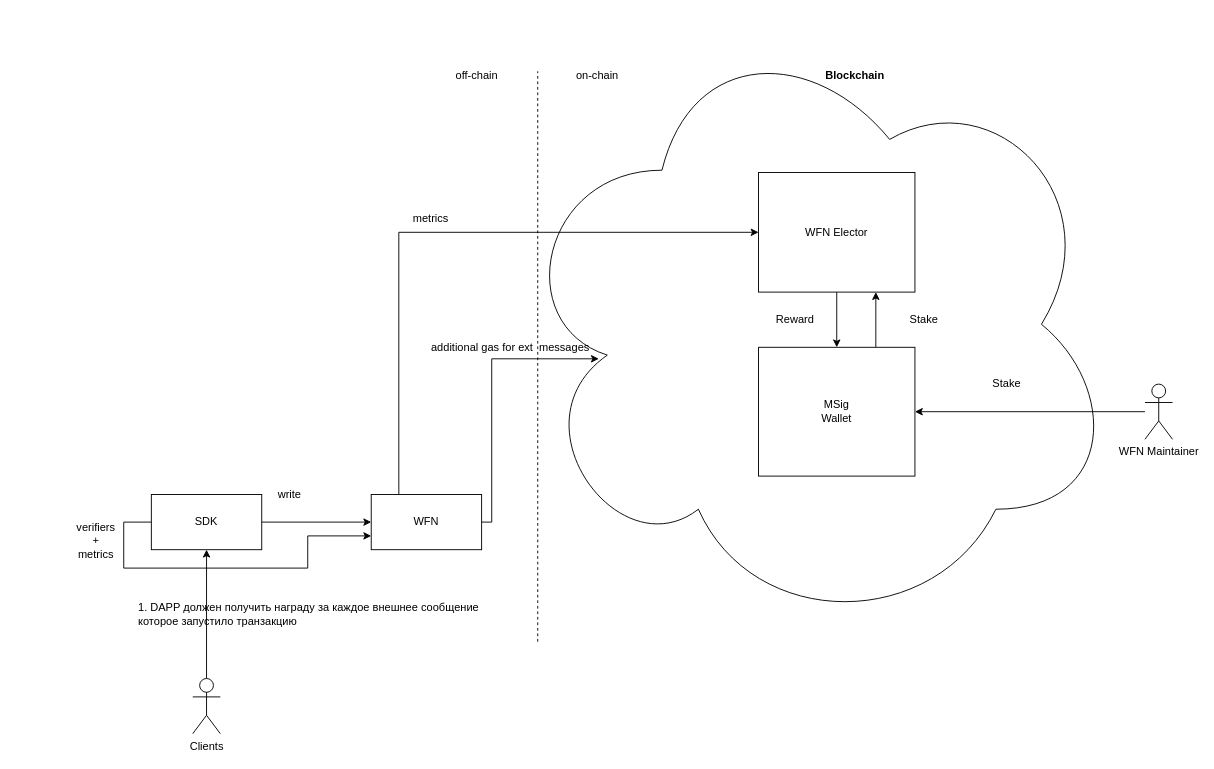
SkySonR/draw.io keeps this draw.io diagram as DApp.drawio. Above is the earlier version. Source tidied: cells renumbered, new cells numbered last; positions are measured from the earlier drawing's top-left corner, leaving out a move shared by most shapes. Both pictures are drawn from the tidied source at 92%, with x=0, y=0 at pixel (77, 16).
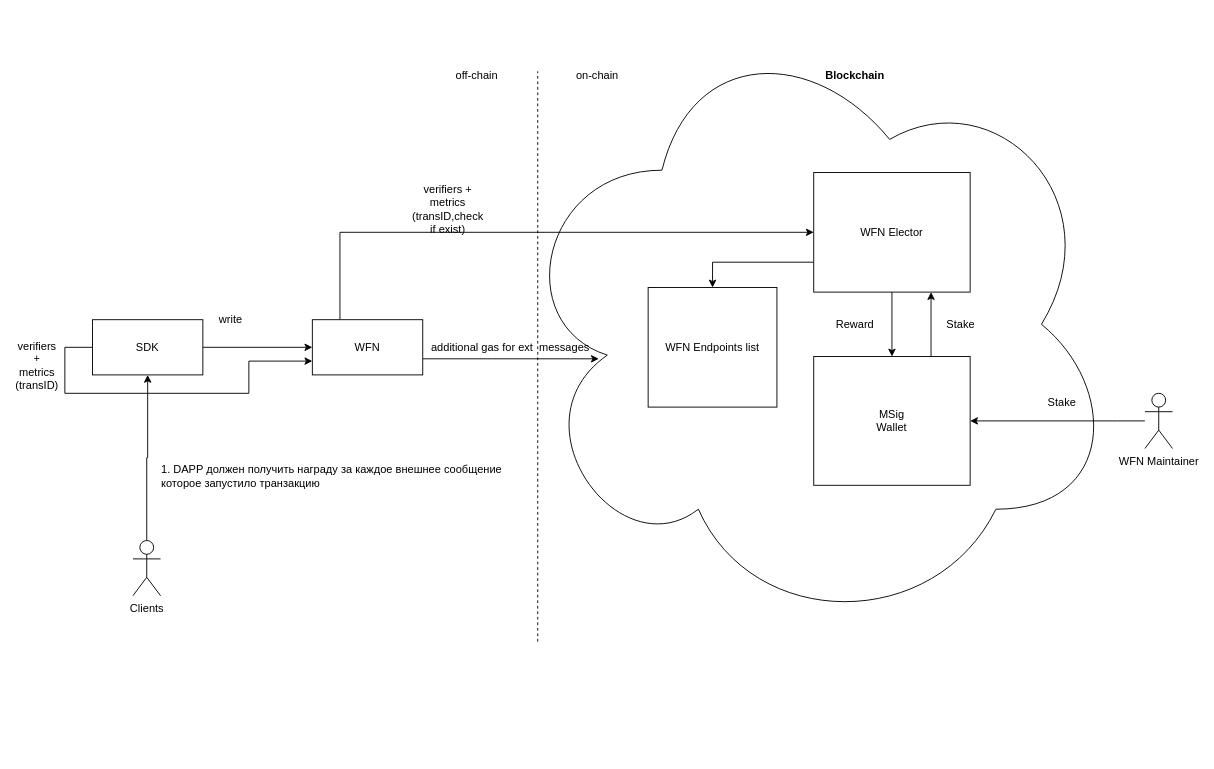
After the change.

What changed in the source:
```diff
@@
     <mxCell id="4" style="edgeStyle=orthogonalEdgeStyle;rounded=0;jettySize=auto;html=1;entryX=0;entryY=0.75;entryDx=0;entryDy=0;" parent="1" edge="1" source="5" target="8">
       <mxGeometry relative="1" as="geometry">
         <Array as="points">
-          <mxPoint x="50" y="550" />
-          <mxPoint x="50" y="600" />
-          <mxPoint x="250" y="600" />
-          <mxPoint x="250" y="565" />
+          <mxPoint x="-14" y="360" />
+          <mxPoint x="-14" y="410" />
+          <mxPoint x="186" y="410" />
+          <mxPoint x="186" y="375" />
         </Array>
       </mxGeometry>
     </mxCell>
     <mxCell id="5" value="SDK" style="rounded=0;whiteSpace=wrap;html=1;" parent="1" vertex="1">
-      <mxGeometry x="80" y="520" width="120" height="60" as="geometry" />
+      <mxGeometry x="16" y="330" width="120" height="60" as="geometry" />
     </mxCell>
@@
     <mxCell id="8" value="WFN" style="rounded=0;whiteSpace=wrap;html=1;" parent="1" vertex="1">
-      <mxGeometry x="319" y="520" width="120" height="60" as="geometry" />
+      <mxGeometry x="255" y="330" width="120" height="60" as="geometry" />
     </mxCell>
@@
     <mxCell id="11" value="write" style="text;html=1;align=center;verticalAlign=middle;" parent="1" vertex="1">
-      <mxGeometry x="210" y="510" width="40" height="20" as="geometry" />
+      <mxGeometry x="146" y="320" width="40" height="20" as="geometry" />
     </mxCell>
     <mxCell id="12" value="1. DAPP должен получить награду за каждое внешнее сообщение которое запустило транзакцию" style="text;html=1;strokeColor=none;fillColor=none;align=left;verticalAlign=middle;whiteSpace=wrap;rounded=0;" parent="1" vertex="1">
-      <mxGeometry x="64" y="600" width="380" height="100" as="geometry" />
+      <mxGeometry x="89" y="450" width="380" height="100" as="geometry" />
     </mxCell>
@@
+    <mxCell id="29" style="edgeStyle=orthogonalEdgeStyle;rounded=0;jettySize=auto;html=1;exitX=0;exitY=0.75;exitDx=0;exitDy=0;entryX=0.5;entryY=0;entryDx=0;entryDy=0;" parent="1" edge="1" source="15" target="31">
+      <mxGeometry relative="1" as="geometry" />
+    </mxCell>
     <mxCell id="15" value="WFN Elector" style="rounded=0;whiteSpace=wrap;html=1;" parent="1" vertex="1">
-      <mxGeometry x="740" y="170" width="170" height="130" as="geometry" />
+      <mxGeometry x="800" y="170" width="170" height="130" as="geometry" />
     </mxCell>
-    <mxCell id="16" value="metrics" style="text;html=1;strokeColor=none;fillColor=none;align=center;verticalAlign=middle;whiteSpace=wrap;rounded=0;" parent="1" vertex="1">
-      <mxGeometry x="364" y="210" width="40" height="20" as="geometry" />
-    </mxCell>
@@
     <mxCell id="18" value="MSig&lt;br&gt;Wallet" style="rounded=0;whiteSpace=wrap;html=1;" parent="1" vertex="1">
-      <mxGeometry x="740" y="360" width="170" height="140" as="geometry" />
+      <mxGeometry x="800" y="370" width="170" height="140" as="geometry" />
     </mxCell>
     <mxCell id="19" style="edgeStyle=orthogonalEdgeStyle;rounded=0;jettySize=auto;html=1;" parent="1" edge="1" source="20" target="18">
-      <mxGeometry relative="1" as="geometry" />
+      <mxGeometry relative="1" as="geometry">
+        <Array as="points">
+          <mxPoint x="1130" y="440" />
+          <mxPoint x="1130" y="440" />
+        </Array>
+      </mxGeometry>
     </mxCell>
     <mxCell id="20" value="WFN Maintainer" style="shape=umlActor;verticalLabelPosition=bottom;verticalAlign=top;html=1;outlineConnect=0;" parent="1" vertex="1">
-      <mxGeometry x="1160" y="400" width="30" height="60" as="geometry" />
+      <mxGeometry x="1160" y="410" width="30" height="60" as="geometry" />
     </mxCell>
     <mxCell id="21" value="Stake" style="text;html=1;strokeColor=none;fillColor=none;align=center;verticalAlign=middle;whiteSpace=wrap;rounded=0;" parent="1" vertex="1">
-      <mxGeometry x="900" y="320" width="40" height="20" as="geometry" />
+      <mxGeometry x="940" y="325" width="40" height="20" as="geometry" />
     </mxCell>
     <mxCell id="22" value="Reward" style="text;html=1;strokeColor=none;fillColor=none;align=center;verticalAlign=middle;whiteSpace=wrap;rounded=0;" parent="1" vertex="1">
-      <mxGeometry x="760" y="320" width="40" height="20" as="geometry" />
+      <mxGeometry x="825" y="325" width="40" height="20" as="geometry" />
     </mxCell>
-    <mxCell id="23" value="verifiers + metrics" style="text;html=1;strokeColor=none;fillColor=none;align=center;verticalAlign=middle;whiteSpace=wrap;rounded=0;" parent="1" vertex="1">
-      <mxGeometry y="560" width="40" height="20" as="geometry" />
+    <mxCell id="23" value="verifiers + metrics (transID)" style="text;html=1;strokeColor=none;fillColor=none;align=center;verticalAlign=middle;whiteSpace=wrap;rounded=0;" parent="1" vertex="1">
+      <mxGeometry x="-64" y="370" width="40" height="20" as="geometry" />
     </mxCell>
@@
     <mxCell id="25" value="Clients" style="shape=umlActor;verticalLabelPosition=bottom;verticalAlign=top;html=1;outlineConnect=0;" parent="1" vertex="1">
-      <mxGeometry x="125" y="720" width="30" height="60" as="geometry" />
+      <mxGeometry x="60" y="570" width="30" height="60" as="geometry" />
     </mxCell>
     <mxCell id="26" value="Stake" style="text;html=1;strokeColor=none;fillColor=none;align=center;verticalAlign=middle;whiteSpace=wrap;rounded=0;" parent="1" vertex="1">
-      <mxGeometry x="990" y="390" width="40" height="20" as="geometry" />
+      <mxGeometry x="1050" y="410" width="40" height="20" as="geometry" />
     </mxCell>
@@
+    <mxCell id="30" value="verifiers + metrics&lt;br&gt;(transID,check if exist)" style="text;html=1;strokeColor=none;fillColor=none;align=center;verticalAlign=middle;whiteSpace=wrap;rounded=0;" parent="1" vertex="1">
+      <mxGeometry x="375" y="190" width="55" height="40" as="geometry" />
+    </mxCell>
+    <mxCell id="31" value="WFN Endpoints list" style="rounded=0;whiteSpace=wrap;html=1;" parent="1" vertex="1">
+      <mxGeometry x="620" y="295" width="140" height="130" as="geometry" />
+    </mxCell>
```
